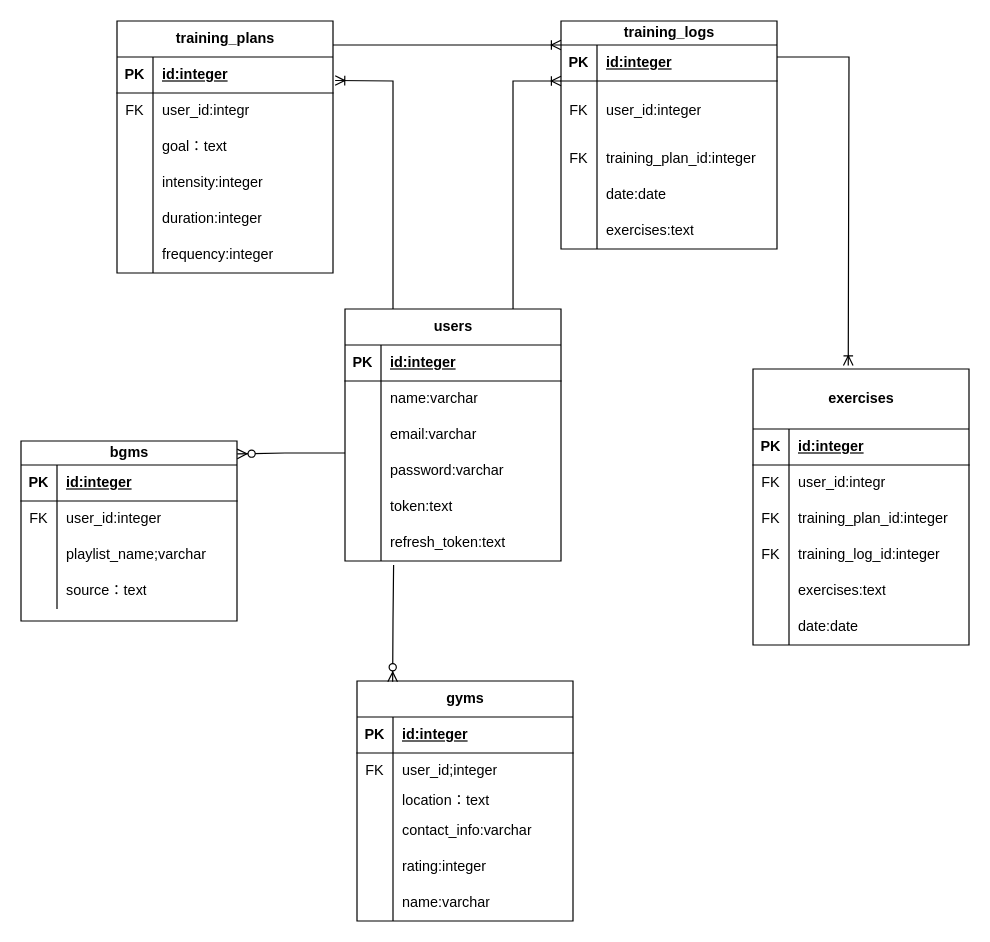
yoshihiro1019/FitAIPlanner keeps this draw.io diagram as 名称未設定ファイル.drawio. Above is the earlier version. Source tidied: cells renumbered, new cells numbered last; positions are measured from the earlier drawing's top-left corner, leaving out a move shared by most shapes. Both pictures are drawn from the tidied source at 120%, with x=0, y=0 at pixel (20, 20).
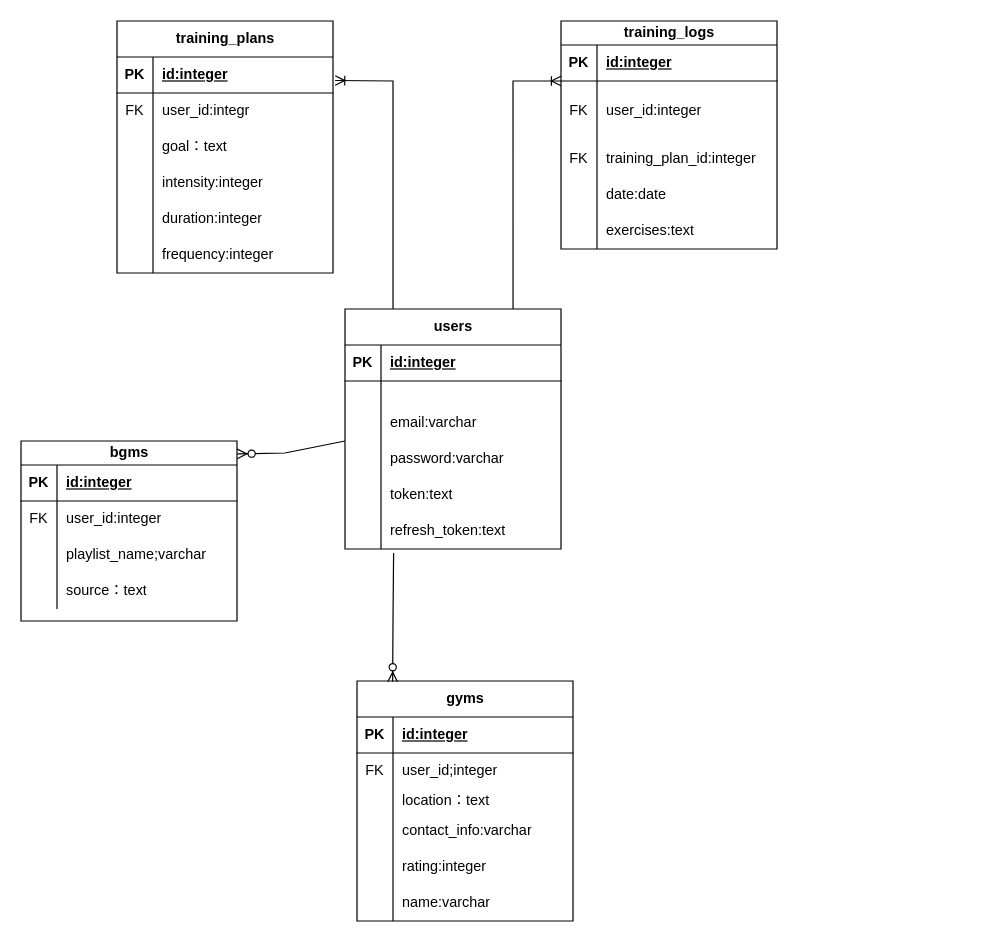
Above is the later version.

Commit message (it also covers changes not shown here):
名称未設定ファイル.drawio を更新します

Unchanged cells that the change refers to:
```xml
<mxCell id="41" style="shape=tableRow;horizontal=0;startSize=0;swimlaneHead=0;swimlaneBody=0;fillColor=none;points=[[0,0.5],[1,0.5]];portConstraint=eastwest;top=0;left=0;right=0;bottom=1;" parent="40" vertex="1">
  <mxGeometry y="20" width="180" height="30" as="geometry" />
</mxCell>
```

Change to the diagram source:
```diff
@@
-    <mxCell id="2" value="exercises" style="shape=table;startSize=50;childLayout=tableLayout;rowLines=0;fontStyle=1;align=center;html=1;" parent="1" vertex="1">
-      <mxGeometry x="610" y="290" width="180" height="230" as="geometry" />
-    </mxCell>
-    <mxCell id="3" style="shape=tableRow;horizontal=0;startSize=0;swimlaneHead=0;swimlaneBody=0;fillColor=none;top=0;left=0;right=0;bottom=1;" parent="2" vertex="1">
-      <mxGeometry y="50" width="180" height="30" as="geometry" />
-    </mxCell>
-    <mxCell id="4" value="PK" style="shape=partialRectangle;fillColor=none;top=0;left=0;bottom=0;right=0;fontStyle=1;overflow=hidden;whiteSpace=wrap;html=1;" parent="3" vertex="1">
-      <mxGeometry width="30" height="30" as="geometry" />
-    </mxCell>
-    <mxCell id="5" value="id:integer" style="shape=partialRectangle;fillColor=none;top=0;left=0;bottom=0;right=0;align=left;spacingLeft=6;fontStyle=5;overflow=hidden;whiteSpace=wrap;html=1;" parent="3" vertex="1">
-      <mxGeometry x="30" width="150" height="30" as="geometry" />
-    </mxCell>
-    <mxCell id="6" style="shape=tableRow;horizontal=0;startSize=0;swimlaneHead=0;swimlaneBody=0;fillColor=none;top=0;left=0;right=0;bottom=0;" parent="2" vertex="1">
-      <mxGeometry y="80" width="180" height="30" as="geometry" />
-    </mxCell>
-    <mxCell id="7" value="FK" style="shape=partialRectangle;fillColor=none;top=0;left=0;bottom=0;right=0;overflow=hidden;whiteSpace=wrap;html=1;" parent="6" vertex="1">
-      <mxGeometry width="30" height="30" as="geometry" />
-    </mxCell>
-    <mxCell id="8" value="user_id:integr" style="shape=partialRectangle;fillColor=none;top=0;left=0;bottom=0;right=0;align=left;spacingLeft=6;overflow=hidden;whiteSpace=wrap;html=1;" parent="6" vertex="1">
-      <mxGeometry x="30" width="150" height="30" as="geometry" />
-    </mxCell>
-    <mxCell id="9" style="shape=tableRow;horizontal=0;startSize=0;swimlaneHead=0;swimlaneBody=0;fillColor=none;top=0;left=0;right=0;bottom=0;" parent="2" vertex="1">
-      <mxGeometry y="110" width="180" height="30" as="geometry" />
-    </mxCell>
-    <mxCell id="10" value="FK" style="shape=partialRectangle;fillColor=none;top=0;left=0;bottom=0;right=0;overflow=hidden;whiteSpace=wrap;html=1;" parent="9" vertex="1">
-      <mxGeometry width="30" height="30" as="geometry" />
-    </mxCell>
-    <mxCell id="11" value="training_plan_id:integer" style="shape=partialRectangle;fillColor=none;top=0;left=0;bottom=0;right=0;align=left;spacingLeft=6;overflow=hidden;whiteSpace=wrap;html=1;" parent="9" vertex="1">
-      <mxGeometry x="30" width="150" height="30" as="geometry" />
-    </mxCell>
-    <mxCell id="12" style="shape=tableRow;horizontal=0;startSize=0;swimlaneHead=0;swimlaneBody=0;fillColor=none;top=0;left=0;right=0;bottom=0;" parent="2" vertex="1">
-      <mxGeometry y="140" width="180" height="30" as="geometry" />
-    </mxCell>
-    <mxCell id="13" value="FK" style="shape=partialRectangle;fillColor=none;top=0;left=0;bottom=0;right=0;overflow=hidden;whiteSpace=wrap;html=1;" parent="12" vertex="1">
-      <mxGeometry width="30" height="30" as="geometry" />
-    </mxCell>
-    <mxCell id="14" value="training_log_id:integer" style="shape=partialRectangle;fillColor=none;top=0;left=0;bottom=0;right=0;align=left;spacingLeft=6;overflow=hidden;whiteSpace=wrap;html=1;" parent="12" vertex="1">
-      <mxGeometry x="30" width="150" height="30" as="geometry" />
-    </mxCell>
-    <mxCell id="15" style="shape=tableRow;horizontal=0;startSize=0;swimlaneHead=0;swimlaneBody=0;fillColor=none;top=0;left=0;right=0;bottom=0;" parent="2" vertex="1">
-      <mxGeometry y="170" width="180" height="30" as="geometry" />
-    </mxCell>
-    <mxCell id="16" style="shape=partialRectangle;fillColor=none;top=0;left=0;bottom=0;right=0;overflow=hidden;whiteSpace=wrap;html=1;" parent="15" vertex="1">
-      <mxGeometry width="30" height="30" as="geometry" />
-    </mxCell>
-    <mxCell id="17" value="exercises:text" style="shape=partialRectangle;fillColor=none;top=0;left=0;bottom=0;right=0;align=left;spacingLeft=6;overflow=hidden;whiteSpace=wrap;html=1;" parent="15" vertex="1">
-      <mxGeometry x="30" width="150" height="30" as="geometry" />
-    </mxCell>
-    <mxCell id="18" style="shape=tableRow;horizontal=0;startSize=0;swimlaneHead=0;swimlaneBody=0;fillColor=none;top=0;left=0;right=0;bottom=0;" parent="2" vertex="1">
-      <mxGeometry y="200" width="180" height="30" as="geometry" />
-    </mxCell>
-    <mxCell id="19" style="shape=partialRectangle;fillColor=none;top=0;left=0;bottom=0;right=0;overflow=hidden;whiteSpace=wrap;html=1;" parent="18" vertex="1">
-      <mxGeometry width="30" height="30" as="geometry" />
-    </mxCell>
-    <mxCell id="20" value="date:date" style="shape=partialRectangle;fillColor=none;top=0;left=0;bottom=0;right=0;align=left;spacingLeft=6;overflow=hidden;whiteSpace=wrap;html=1;" parent="18" vertex="1">
-      <mxGeometry x="30" width="150" height="30" as="geometry" />
-    </mxCell>
@@
     <mxCell id="56" value="users" style="shape=table;startSize=30;childLayout=tableLayout;rowLines=0;fontStyle=1;align=center;html=1;" parent="1" vertex="1">
-      <mxGeometry x="270" y="240" width="180" height="210" as="geometry" />
+      <mxGeometry x="270" y="240" width="180" height="200" as="geometry" />
     </mxCell>
@@
     <mxCell id="60" style="shape=tableRow;horizontal=0;startSize=0;swimlaneHead=0;swimlaneBody=0;fillColor=none;top=0;left=0;right=0;bottom=0;" parent="56" vertex="1">
-      <mxGeometry y="60" width="180" height="30" as="geometry" />
+      <mxGeometry y="60" width="180" height="20" as="geometry" />
     </mxCell>
     <mxCell id="61" style="shape=partialRectangle;fillColor=none;top=0;left=0;bottom=0;right=0;overflow=hidden;whiteSpace=wrap;html=1;" parent="60" vertex="1">
-      <mxGeometry width="30" height="30" as="geometry" />
+      <mxGeometry width="30" height="20" as="geometry" />
     </mxCell>
-    <mxCell id="62" value="name:varchar" style="shape=partialRectangle;fillColor=none;top=0;left=0;bottom=0;right=0;align=left;spacingLeft=6;overflow=hidden;whiteSpace=wrap;html=1;" parent="60" vertex="1">
-      <mxGeometry x="30" width="150" height="30" as="geometry" />
+    <mxCell id="62" style="shape=partialRectangle;fillColor=none;top=0;left=0;bottom=0;right=0;align=left;spacingLeft=6;overflow=hidden;whiteSpace=wrap;html=1;" parent="60" vertex="1">
+      <mxGeometry x="30" width="150" height="20" as="geometry" />
     </mxCell>
     <mxCell id="63" style="shape=tableRow;horizontal=0;startSize=0;swimlaneHead=0;swimlaneBody=0;fillColor=none;top=0;left=0;right=0;bottom=0;" parent="56" vertex="1">
-      <mxGeometry y="90" width="180" height="30" as="geometry" />
+      <mxGeometry y="80" width="180" height="30" as="geometry" />
     </mxCell>
@@
     <mxCell id="66" style="shape=tableRow;horizontal=0;startSize=0;swimlaneHead=0;swimlaneBody=0;fillColor=none;points=[[0,0.5],[1,0.5]];portConstraint=eastwest;top=0;left=0;right=0;bottom=0;" parent="56" vertex="1">
-      <mxGeometry y="120" width="180" height="30" as="geometry" />
+      <mxGeometry y="110" width="180" height="30" as="geometry" />
     </mxCell>
@@
     <mxCell id="69" style="shape=tableRow;horizontal=0;startSize=0;swimlaneHead=0;swimlaneBody=0;fillColor=none;top=0;left=0;right=0;bottom=0;" parent="56" vertex="1">
-      <mxGeometry y="150" width="180" height="30" as="geometry" />
+      <mxGeometry y="140" width="180" height="30" as="geometry" />
     </mxCell>
@@
     <mxCell id="72" style="shape=tableRow;horizontal=0;startSize=0;swimlaneHead=0;swimlaneBody=0;fillColor=none;points=[[0,0.5],[1,0.5]];portConstraint=eastwest;top=0;left=0;right=0;bottom=0;" parent="56" vertex="1">
-      <mxGeometry y="180" width="180" height="30" as="geometry" />
+      <mxGeometry y="170" width="180" height="30" as="geometry" />
     </mxCell>
@@
-    <mxCell id="109" style="fontSize=12;html=1;endArrow=ERoneToMany;rounded=0;entryX=0.441;entryY=-0.013;entryDx=0;entryDy=0;entryPerimeter=0;" parent="1" edge="1" target="2">
-      <mxGeometry relative="1" as="geometry">
-        <mxPoint x="630" y="30" as="sourcePoint" />
-        <Array as="points">
-          <mxPoint x="690" y="30" />
-        </Array>
-      </mxGeometry>
-    </mxCell>
-    <mxCell id="110" style="fontSize=12;html=1;endArrow=ERoneToMany;rounded=0;entryX=0;entryY=0;entryDx=0;entryDy=0;entryPerimeter=0;" parent="1" edge="1" target="41">
-      <mxGeometry relative="1" as="geometry">
-        <mxPoint x="260" y="20" as="sourcePoint" />
-        <Array as="points">
-          <mxPoint x="340" y="20" />
-        </Array>
-      </mxGeometry>
-    </mxCell>
```
